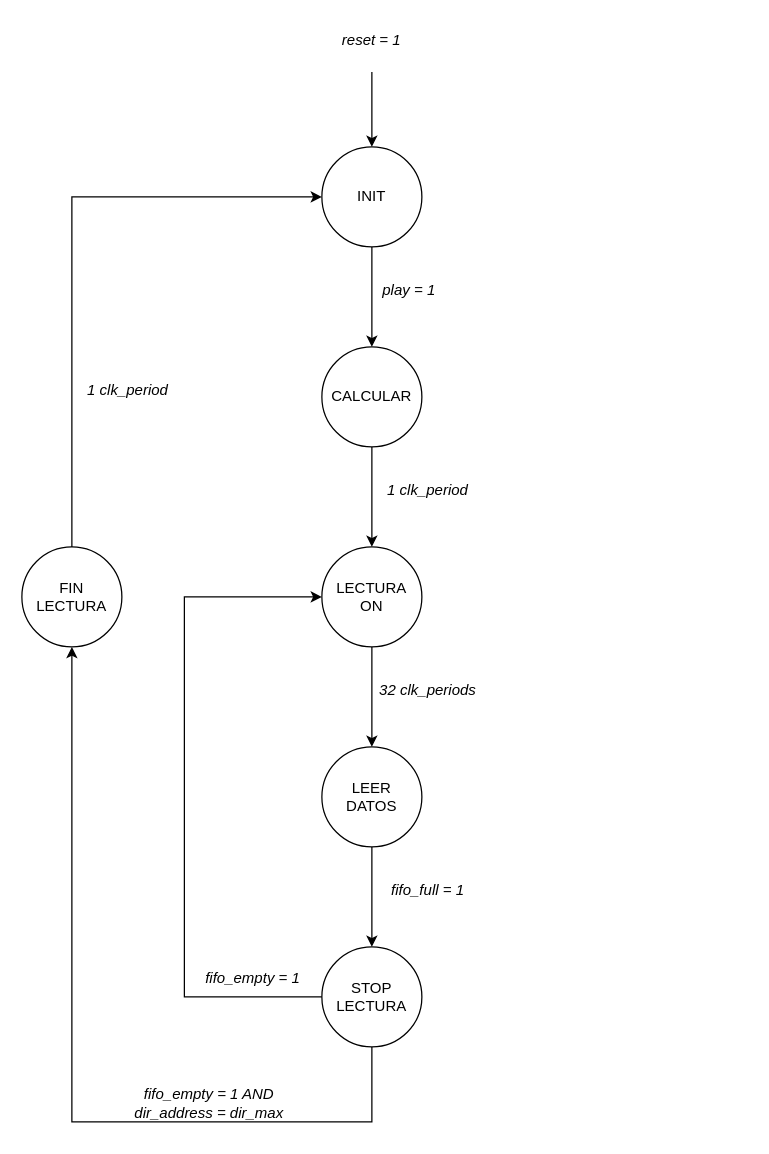
The draw.io diagram SEDA_lectura_fsm.drawio in javijnb/LPRO_diagrams, before the edit. Source tidied: cells renumbered, new cells numbered last; positions are measured from the earlier drawing's top-left corner, leaving out a move shared by most shapes. Both pictures are drawn from the tidied source at 125%, with x=0, y=0 at pixel (21, 21).
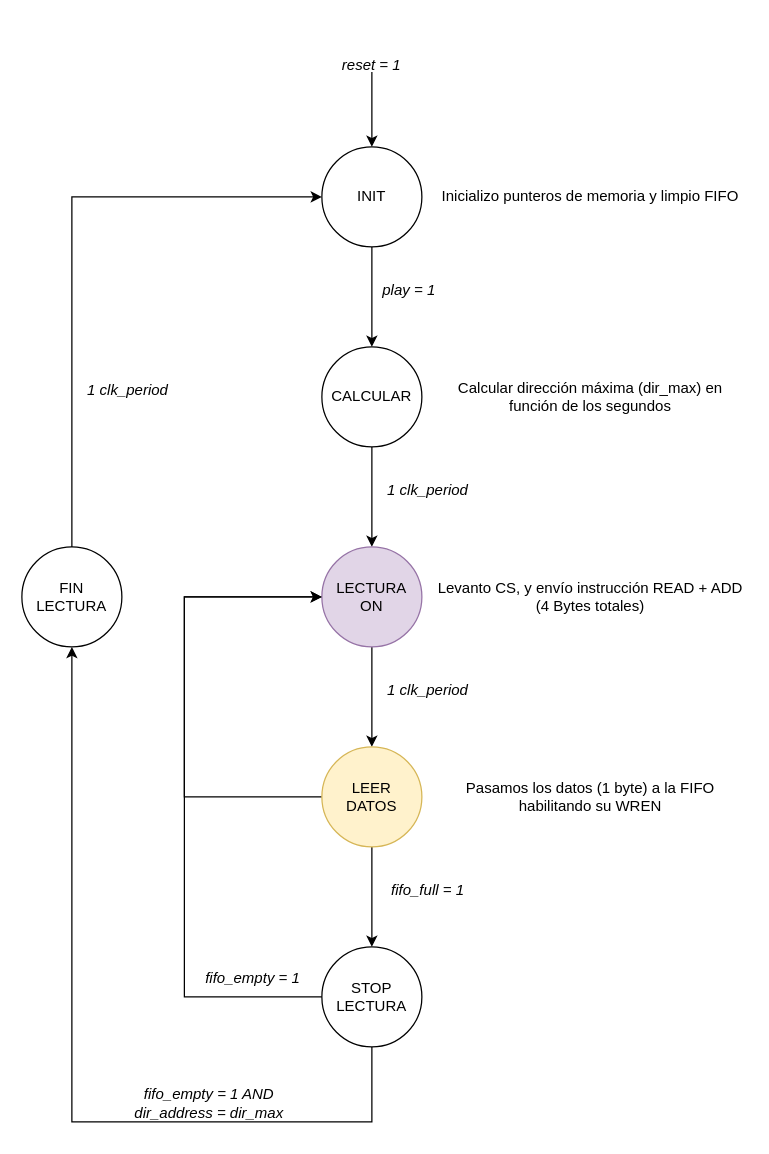
After the change.

Diff of the diagram source:
```diff
@@
-    <mxCell id="7" value="LECTURA &lt;br&gt;ON" style="ellipse;whiteSpace=wrap;html=1;" parent="1" vertex="1">
+    <mxCell id="7" value="LECTURA &lt;br&gt;ON" style="ellipse;whiteSpace=wrap;html=1;fillColor=#e1d5e7;strokeColor=#9673a6;" parent="1" vertex="1">
       <mxGeometry x="240" y="420" width="80" height="80" as="geometry" />
     </mxCell>
@@
+    <mxCell id="24" style="edgeStyle=orthogonalEdgeStyle;rounded=0;jettySize=auto;html=1;exitX=0;exitY=0.5;exitDx=0;exitDy=0;entryX=0;entryY=0.5;entryDx=0;entryDy=0;" parent="1" edge="1" source="9" target="7">
+      <mxGeometry relative="1" as="geometry">
+        <Array as="points">
+          <mxPoint x="130" y="620" />
+          <mxPoint x="130" y="460" />
+        </Array>
+      </mxGeometry>
+    </mxCell>
-    <mxCell id="9" value="LEER &lt;br&gt;DATOS" style="ellipse;whiteSpace=wrap;html=1;" parent="1" vertex="1">
+    <mxCell id="9" value="LEER &lt;br&gt;DATOS" style="ellipse;whiteSpace=wrap;html=1;fillColor=#fff2cc;strokeColor=#d6b656;" parent="1" vertex="1">
       <mxGeometry x="240" y="580" width="80" height="80" as="geometry" />
     </mxCell>
@@
-    <mxCell id="17" value="&lt;i&gt;32 clk_periods&lt;/i&gt;" style="text;html=1;strokeColor=none;fillColor=none;align=center;verticalAlign=middle;whiteSpace=wrap;rounded=0;" parent="1" vertex="1">
+    <mxCell id="17" value="&lt;i&gt;1 clk_period&lt;/i&gt;" style="text;html=1;strokeColor=none;fillColor=none;align=center;verticalAlign=middle;whiteSpace=wrap;rounded=0;" parent="1" vertex="1">
       <mxGeometry x="280" y="520" width="90" height="30" as="geometry" />
     </mxCell>
@@
     <mxCell id="23" value="&lt;i&gt;reset = 1&lt;/i&gt;" style="text;html=1;strokeColor=none;fillColor=none;align=center;verticalAlign=middle;whiteSpace=wrap;rounded=0;" parent="1" vertex="1">
-      <mxGeometry x="250" width="60" height="30" as="geometry" />
+      <mxGeometry x="250" y="20" width="60" height="30" as="geometry" />
     </mxCell>
+    <mxCell id="25" value="Calcular dirección máxima (dir_max) en función de los segundos" style="text;html=1;strokeColor=none;fillColor=none;align=center;verticalAlign=middle;whiteSpace=wrap;rounded=0;" parent="1" vertex="1">
+      <mxGeometry x="330" y="277.5" width="250" height="45" as="geometry" />
+    </mxCell>
+    <mxCell id="26" value="Inicializo punteros de memoria y limpio FIFO" style="text;html=1;strokeColor=none;fillColor=none;align=center;verticalAlign=middle;whiteSpace=wrap;rounded=0;" parent="1" vertex="1">
+      <mxGeometry x="330" y="117.5" width="250" height="45" as="geometry" />
+    </mxCell>
+    <mxCell id="27" value="Levanto CS, y envío instrucción READ + ADD (4 Bytes totales)" style="text;html=1;strokeColor=none;fillColor=none;align=center;verticalAlign=middle;whiteSpace=wrap;rounded=0;" parent="1" vertex="1">
+      <mxGeometry x="330" y="437.5" width="250" height="45" as="geometry" />
+    </mxCell>
+    <mxCell id="28" value="Pasamos los datos (1 byte) a la FIFO habilitando su WREN" style="text;html=1;strokeColor=none;fillColor=none;align=center;verticalAlign=middle;whiteSpace=wrap;rounded=0;" parent="1" vertex="1">
+      <mxGeometry x="330" y="597.5" width="250" height="45" as="geometry" />
+    </mxCell>
```
